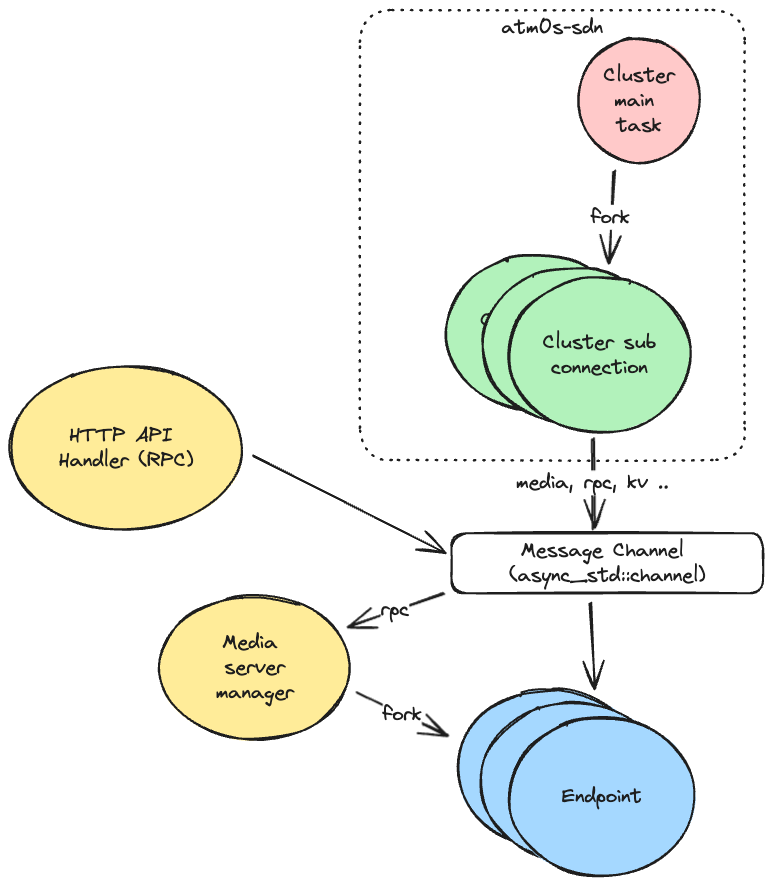
This is docs/imgs/architecture/tasks.excalidraw.png from 8xFF/atm0s-media-server, a Excalidraw export, as it was before one commit. Source tidied: one line per element, renumbered; positions are measured from the earlier drawing's top-left corner, leaving out a move shared by most shapes.
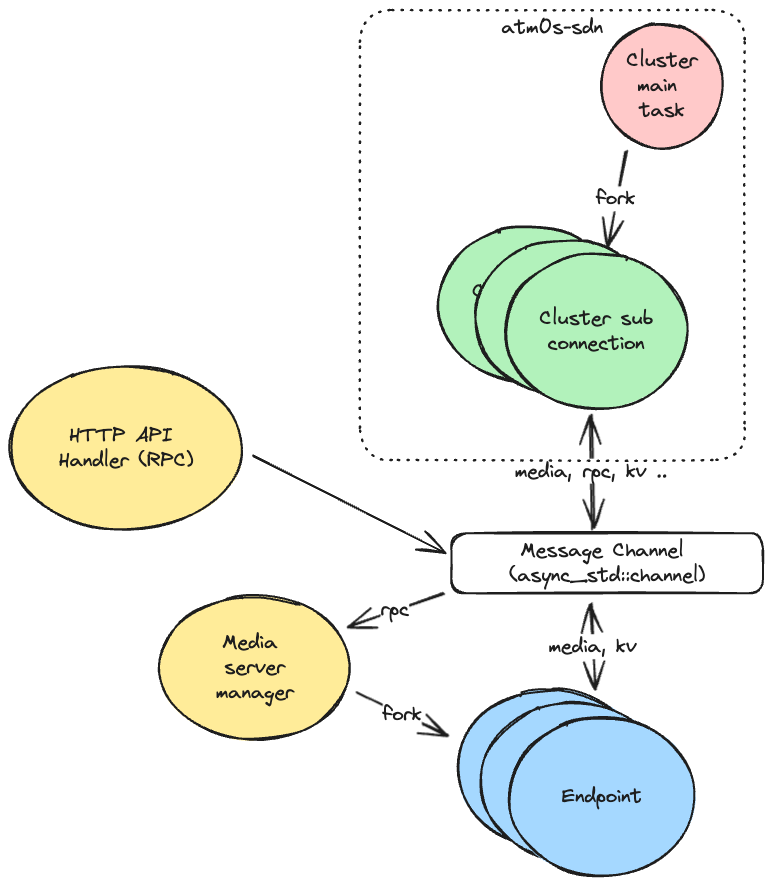
Above is the later version.

Diff of the diagram source:
```diff
@@ -6,27 +6,28 @@
 {"id": 5, "type": "text", "text": "HTTP API \nHandler (RPC)", "strokeColor": "#1e1e1e", "strokeWidth": 2, "roughness": 1, "fontSize": 20, "fontFamily": 1, "textAlign": "center", "verticalAlign": "middle", "inside": 4, "x": 49, "y": 413, "width": 135, "height": 50}
 {"id": 6, "type": "rectangle", "strokeColor": "#1e1e1e", "strokeWidth": 2, "roughness": 1, "round": true, "x": 441, "y": 523, "width": 312, "height": 60}
 {"id": 7, "type": "text", "text": "Message Channel \n(async_std::channel)", "strokeColor": "#1e1e1e", "strokeWidth": 2, "roughness": 1, "fontSize": 20, "fontFamily": 1, "textAlign": "center", "verticalAlign": "middle", "inside": 6, "x": 499, "y": 528, "width": 196, "height": 50}
-{"id": 8, "type": "ellipse", "strokeColor": "#1e1e1e", "backgroundColor": "#ffc9c9", "fillStyle": "solid", "strokeWidth": 2, "roughness": 1, "round": true, "x": 568, "y": 28, "width": 121, "height": 125}
+{"id": 8, "type": "ellipse", "strokeColor": "#1e1e1e", "backgroundColor": "#ffc9c9", "fillStyle": "solid", "strokeWidth": 2, "roughness": 1, "round": true, "x": 591, "y": 14, "width": 121, "height": 125}
-{"id": 9, "type": "text", "text": "Cluster\nmain \ntask", "strokeColor": "#1e1e1e", "strokeWidth": 2, "roughness": 1, "fontSize": 20, "fontFamily": 1, "textAlign": "center", "verticalAlign": "middle", "inside": 8, "x": 594, "y": 53, "width": 71, "height": 75}
+{"id": 9, "type": "text", "text": "Cluster\nmain \ntask", "strokeColor": "#1e1e1e", "strokeWidth": 2, "roughness": 1, "fontSize": 20, "fontFamily": 1, "textAlign": "center", "verticalAlign": "middle", "inside": 8, "x": 617, "y": 38, "width": 71, "height": 75}
-{"id": 10, "type": "ellipse", "strokeColor": "#1e1e1e", "backgroundColor": "#b2f2bb", "fillStyle": "solid", "strokeWidth": 2, "roughness": 1, "round": true, "x": 436, "y": 245, "width": 181, "height": 156}
+{"id": 10, "type": "ellipse", "strokeColor": "#1e1e1e", "backgroundColor": "#b2f2bb", "fillStyle": "solid", "strokeWidth": 2, "roughness": 1, "round": true, "x": 429, "y": 216, "width": 181, "height": 156}
-{"id": 11, "type": "text", "text": "Cluster sub\nconnection", "strokeColor": "#1e1e1e", "strokeWidth": 2, "roughness": 1, "fontSize": 20, "fontFamily": 1, "textAlign": "center", "verticalAlign": "middle", "inside": 10, "x": 470, "y": 298, "width": 114, "height": 50}
+{"id": 11, "type": "text", "text": "Cluster sub\nconnection", "strokeColor": "#1e1e1e", "strokeWidth": 2, "roughness": 1, "fontSize": 20, "fontFamily": 1, "textAlign": "center", "verticalAlign": "middle", "inside": 10, "x": 462, "y": 269, "width": 114, "height": 50}
-{"id": 12, "type": "arrow", "strokeColor": "#1e1e1e", "strokeWidth": 2, "roughness": 1, "endArrowhead": "arrow", "round": true, "from": 22, "to": 6, "x": 582, "y": 429, "width": 1, "height": 89, "points": [[0, 0], [1, 89]]}
+{"id": 12, "type": "arrow", "strokeColor": "#1e1e1e", "strokeWidth": 2, "roughness": 1, "startArrowhead": "arrow", "endArrowhead": "arrow", "round": true, "from": 22, "to": 6, "x": 579, "y": 405, "width": 3, "height": 112, "points": [[0, 0], [3, 112]]}
 {"id": 13, "type": "text", "text": "media, rpc, kv ..", "strokeColor": "#1e1e1e", "backgroundColor": "#ffc9c9", "fillStyle": "solid", "strokeWidth": 2, "roughness": 1, "fontSize": 20, "fontFamily": 1, "textAlign": "center", "verticalAlign": "middle", "inside": 12, "x": 445, "y": 448, "width": 153, "height": 25}
 {"id": 14, "type": "arrow", "strokeColor": "#1e1e1e", "strokeWidth": 2, "roughness": 1, "endArrowhead": "arrow", "round": true, "from": 4, "to": 6, "x": 244, "y": 447, "width": 191, "height": 96, "points": [[0, 0], [191, 96]]}
-{"id": 15, "type": "arrow", "strokeColor": "#1e1e1e", "strokeWidth": 2, "roughness": 1, "endArrowhead": "arrow", "round": true, "from": 6, "to": 20, "x": 580, "y": 594, "width": 5, "height": 86, "points": [[0, 0], [5, 86]]}
+{"id": 15, "type": "arrow", "strokeColor": "#1e1e1e", "strokeWidth": 2, "roughness": 1, "startArrowhead": "arrow", "endArrowhead": "arrow", "round": true, "from": 6, "to": 20, "x": 580, "y": 594, "width": 5, "height": 86, "points": [[0, 0], [5, 86]]}
+{"id": 32, "type": "text", "text": "media, kv", "strokeColor": "#1e1e1e", "strokeWidth": 2, "roughness": 1, "fontSize": 20, "fontFamily": 1, "textAlign": "center", "verticalAlign": "middle", "inside": 15, "x": 539, "y": 624, "width": 88, "height": 25}
-{"id": 16, "type": "ellipse", "strokeColor": "#1e1e1e", "backgroundColor": "#b2f2bb", "fillStyle": "solid", "strokeWidth": 2, "roughness": 1, "round": true, "x": 472, "y": 257, "width": 181, "height": 156}
+{"id": 16, "type": "ellipse", "strokeColor": "#1e1e1e", "backgroundColor": "#b2f2bb", "fillStyle": "solid", "strokeWidth": 2, "roughness": 1, "round": true, "x": 465, "y": 230, "width": 181, "height": 156}
-{"id": 17, "type": "text", "text": "Cluster sub\nconnection", "strokeColor": "#1e1e1e", "strokeWidth": 2, "roughness": 1, "fontSize": 20, "fontFamily": 1, "textAlign": "center", "verticalAlign": "middle", "inside": 16, "x": 506, "y": 310, "width": 114, "height": 50}
+{"id": 17, "type": "text", "text": "Cluster sub\nconnection", "strokeColor": "#1e1e1e", "strokeWidth": 2, "roughness": 1, "fontSize": 20, "fontFamily": 1, "textAlign": "center", "verticalAlign": "middle", "inside": 16, "x": 498, "y": 283, "width": 114, "height": 50}
 {"id": 18, "type": "ellipse", "strokeColor": "#1e1e1e", "backgroundColor": "#a5d8ff", "fillStyle": "solid", "strokeWidth": 2, "roughness": 1, "round": true, "x": 471, "y": 693, "width": 186, "height": 159}
 {"id": 19, "type": "text", "text": "Endpoint", "strokeColor": "#1e1e1e", "strokeWidth": 2, "roughness": 1, "fontSize": 20, "fontFamily": 1, "textAlign": "center", "verticalAlign": "middle", "inside": 18, "x": 525, "y": 759, "width": 80, "height": 25}
 {"id": 20, "type": "ellipse", "strokeColor": "#1e1e1e", "backgroundColor": "#a5d8ff", "fillStyle": "solid", "strokeWidth": 2, "roughness": 1, "round": true, "x": 499, "y": 707, "width": 186, "height": 159}
 {"id": 21, "type": "text", "text": "Endpoint", "strokeColor": "#1e1e1e", "strokeWidth": 2, "roughness": 1, "fontSize": 20, "fontFamily": 1, "textAlign": "center", "verticalAlign": "middle", "inside": 20, "x": 552, "y": 774, "width": 80, "height": 25}
-{"id": 22, "type": "ellipse", "strokeColor": "#1e1e1e", "backgroundColor": "#b2f2bb", "fillStyle": "solid", "strokeWidth": 2, "roughness": 1, "round": true, "x": 499, "y": 267, "width": 181, "height": 156}
+{"id": 22, "type": "ellipse", "strokeColor": "#1e1e1e", "backgroundColor": "#b2f2bb", "fillStyle": "solid", "strokeWidth": 2, "roughness": 1, "round": true, "x": 496, "y": 243, "width": 181, "height": 156}
-{"id": 23, "type": "text", "text": "Cluster sub\nconnection", "strokeColor": "#1e1e1e", "strokeWidth": 2, "roughness": 1, "fontSize": 20, "fontFamily": 1, "textAlign": "center", "verticalAlign": "middle", "inside": 22, "x": 533, "y": 320, "width": 114, "height": 50}
+{"id": 23, "type": "text", "text": "Cluster sub\nconnection", "strokeColor": "#1e1e1e", "strokeWidth": 2, "roughness": 1, "fontSize": 20, "fontFamily": 1, "textAlign": "center", "verticalAlign": "middle", "inside": 22, "x": 529, "y": 296, "width": 114, "height": 50}
 {"id": 24, "type": "ellipse", "strokeColor": "#1e1e1e", "backgroundColor": "#ffec99", "fillStyle": "solid", "strokeWidth": 2, "roughness": 1, "round": true, "x": 149, "y": 586, "width": 191, "height": 144}
 {"id": 25, "type": "text", "text": "Media \nserver\nmanager", "strokeColor": "#1e1e1e", "backgroundColor": "#ffec99", "fillStyle": "solid", "strokeWidth": 2, "roughness": 1, "fontSize": 20, "fontFamily": 1, "textAlign": "center", "verticalAlign": "middle", "inside": 24, "x": 206, "y": 620, "width": 78, "height": 75}
-{"id": 26, "type": "arrow", "strokeColor": "#1e1e1e", "backgroundColor": "#ffec99", "fillStyle": "solid", "strokeWidth": 2, "roughness": 1, "endArrowhead": "arrow", "round": true, "from": 6, "to": 24, "x": 433, "y": 583, "width": 95, "height": 33, "points": [[0, 0], [-95, 33]]}
+{"id": 26, "type": "arrow", "strokeColor": "#1e1e1e", "backgroundColor": "#ffec99", "fillStyle": "solid", "strokeWidth": 2, "roughness": 1, "endArrowhead": "arrow", "round": true, "from": 6, "to": 24, "x": 432, "y": 583, "width": 95, "height": 33, "points": [[0, 0], [-95, 33]]}
 {"id": 27, "type": "text", "text": "rpc", "strokeColor": "#1e1e1e", "backgroundColor": "#ffec99", "fillStyle": "solid", "strokeWidth": 2, "roughness": 1, "fontSize": 20, "fontFamily": 1, "textAlign": "center", "verticalAlign": "middle", "inside": 26, "x": 371, "y": 587, "width": 28, "height": 25}
 {"id": 28, "type": "arrow", "strokeColor": "#1e1e1e", "backgroundColor": "#ffec99", "fillStyle": "solid", "strokeWidth": 2, "roughness": 1, "endArrowhead": "arrow", "round": true, "from": 24, "to": 2, "x": 347, "y": 683, "width": 91, "height": 43, "points": [[0, 0], [91, 43]]}
 {"id": 29, "type": "text", "text": "fork", "strokeColor": "#1e1e1e", "backgroundColor": "#ffec99", "fillStyle": "solid", "strokeWidth": 2, "roughness": 1, "fontSize": 20, "fontFamily": 1, "textAlign": "center", "verticalAlign": "middle", "inside": 28, "x": 373, "y": 692, "width": 39, "height": 25}
-{"id": 30, "type": "arrow", "strokeColor": "#1e1e1e", "backgroundColor": "#ffec99", "fillStyle": "solid", "strokeWidth": 2, "roughness": 1, "endArrowhead": "arrow", "round": true, "from": 8, "to": 22, "x": 602, "y": 161, "width": 3, "height": 92, "points": [[0, 0], [-3, 92]]}
+{"id": 30, "type": "arrow", "strokeColor": "#1e1e1e", "backgroundColor": "#ffec99", "fillStyle": "solid", "strokeWidth": 2, "roughness": 1, "endArrowhead": "arrow", "round": true, "from": 8, "to": 22, "x": 614, "y": 141, "width": 16, "height": 95, "points": [[0, 0], [-16, 95]]}
 {"id": 31, "type": "text", "text": "fork", "strokeColor": "#1e1e1e", "backgroundColor": "#ffec99", "fillStyle": "solid", "strokeWidth": 2, "roughness": 1, "fontSize": 20, "fontFamily": 1, "textAlign": "center", "verticalAlign": "middle", "inside": 30, "x": 581, "y": 195, "width": 39, "height": 25}
```
